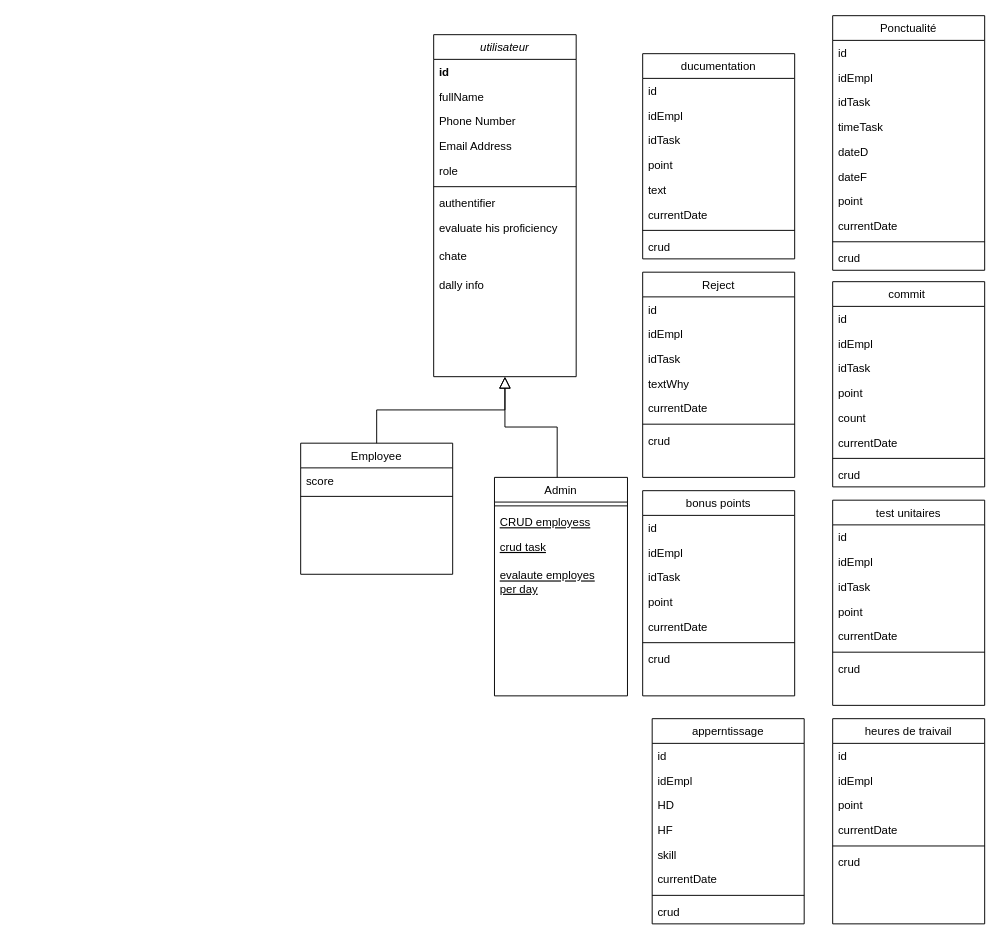
Before: Diagramme sans nom.drawio in Neamitest/ex, a draw.io diagram. Source tidied: cells renumbered, new cells numbered last; positions are measured from the earlier drawing's top-left corner, leaving out a move shared by most shapes. Both pictures are drawn from the tidied source at 95%, with x=0, y=0 at pixel (300, 15).
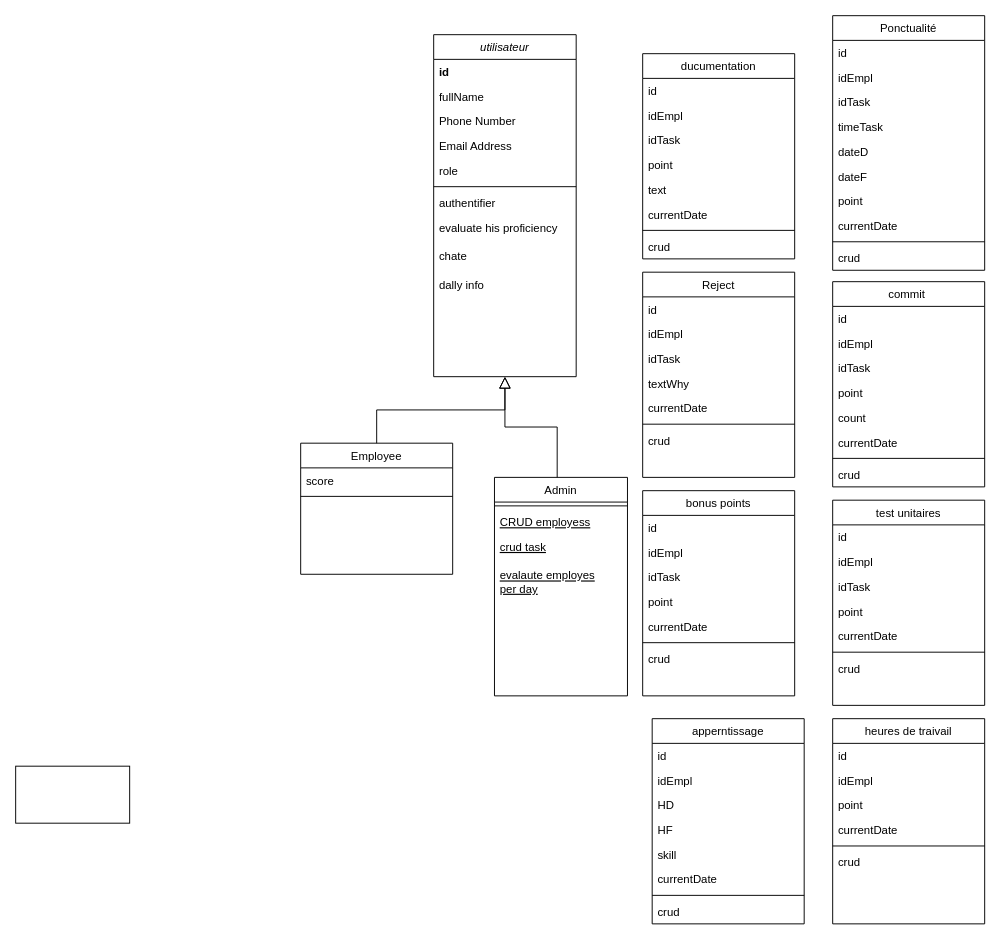
After the change.

Change to the diagram source:
```diff
@@
+    <mxCell id="92" style="rounded=0;whiteSpace=wrap;html=1;" parent="1" vertex="1">
+      <mxGeometry x="-300" y="790" width="120" height="60" as="geometry" />
+    </mxCell>
```
